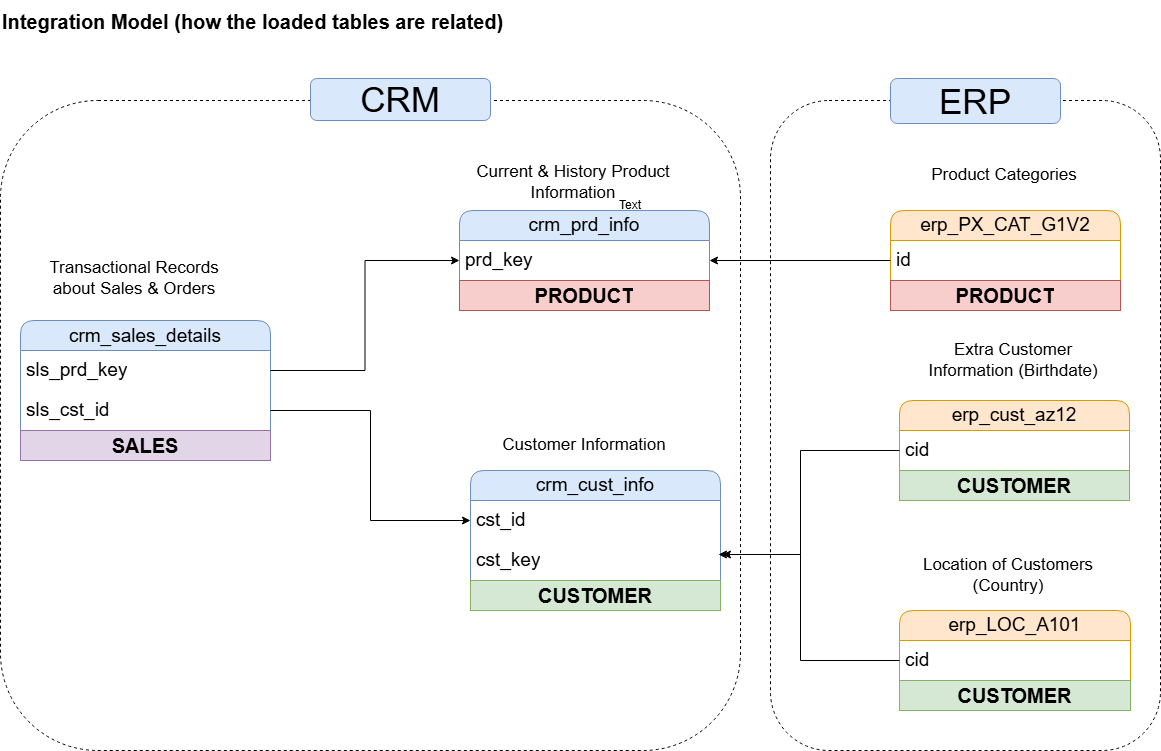
Before: docs/Data_Integration_Model.drawio.png, a diagram exported from draw.io (bayyangjie/Data-Warehouse-Project). Source tidied: cells renumbered, new cells last; positions are measured from the earlier drawing's top-left corner, leaving out a move shared by most shapes.
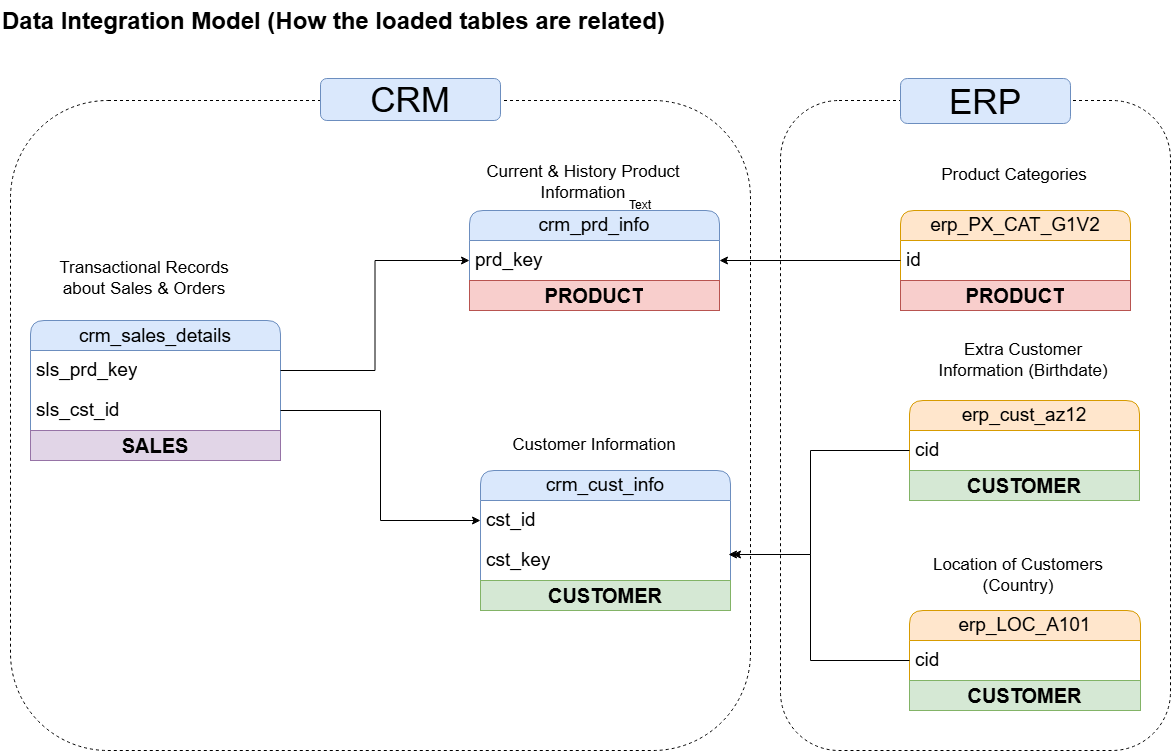
After the commit.

Change to the diagram source:
```diff
@@ -123,8 +123,11 @@
     <mxCell id="38" value="Text" style="text;html=1;align=center;verticalAlign=middle;whiteSpace=wrap;rounded=0;" parent="1" vertex="1">
       <mxGeometry x="600" y="190" width="60" height="30" as="geometry" />
     </mxCell>
-    <mxCell id="39" value="&lt;h1 style=&quot;margin-top: 0px;&quot;&gt;&lt;b style=&quot;font-size: 20px; text-align: center;&quot;&gt;Integration Model (how the loaded tables are related)&lt;/b&gt;&lt;/h1&gt;" style="text;html=1;whiteSpace=wrap;overflow=hidden;rounded=0;" parent="1" vertex="1">
+    <mxCell id="39" value="&lt;h1 style=&quot;margin-top: 0px;&quot;&gt;&lt;br&gt;&lt;/h1&gt;" style="text;html=1;whiteSpace=wrap;overflow=hidden;rounded=0;" parent="1" vertex="1">
       <mxGeometry width="590" height="52" as="geometry" />
     </mxCell>
+    <mxCell id="40" value="&lt;h1 style=&quot;margin-top: 0px;&quot;&gt;Data Integration Model (How the loaded tables are related)&lt;/h1&gt;" style="text;html=1;whiteSpace=wrap;overflow=hidden;rounded=0;" parent="1" vertex="1">
+      <mxGeometry x="-10" width="800" height="42" as="geometry" />
+    </mxCell>
   </root>
 </mxGraphModel>
```
